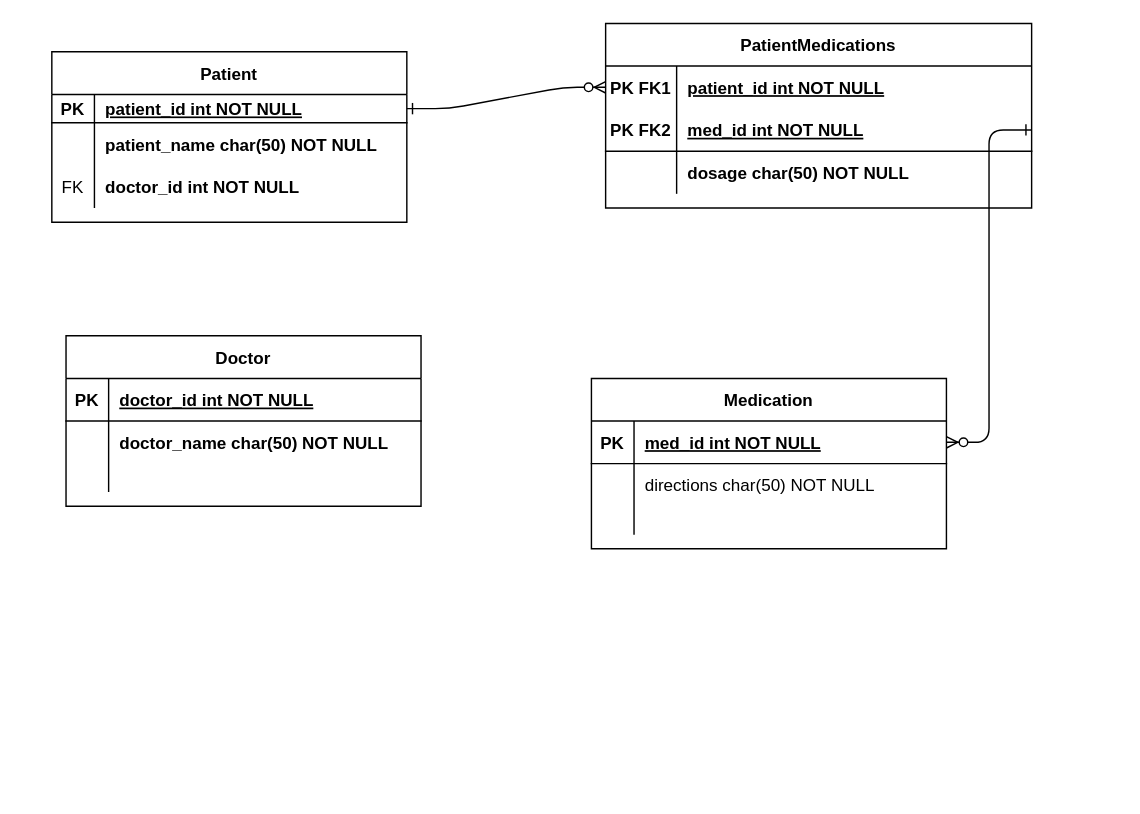
The draw.io diagram Untitled Diagram.drawio in colinschulte/colinschulte, before the edit. Source tidied: cells renumbered, new cells numbered last; positions are measured from the earlier drawing's top-left corner, leaving out a move shared by most shapes. Both pictures are drawn from the tidied source at 142%, with x=0, y=0 at pixel (51, 23).
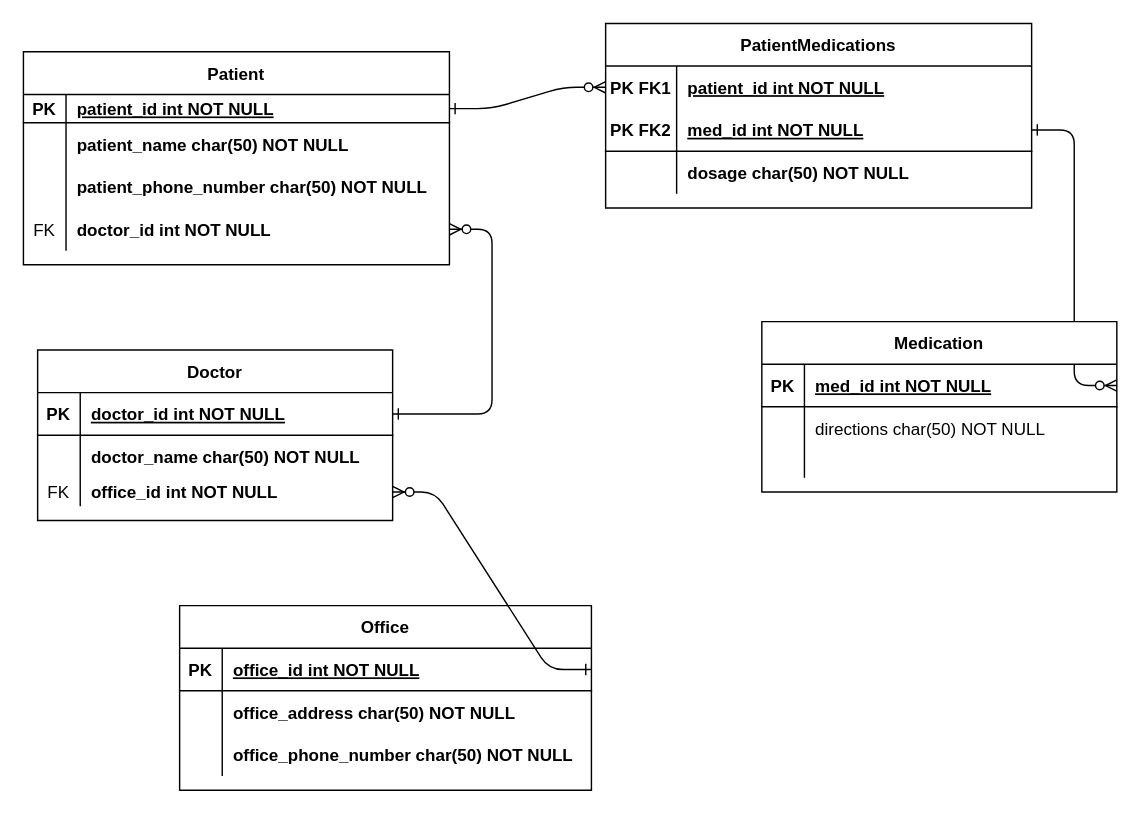
After the change.

The change refers to these unchanged cells:
```xml
<mxCell id="35" style="shape=partialRectangle;fillColor=none;points=[[0,0.5],[1,0.5]];portConstraint=eastwest;top=0;left=0;right=0;bottom=1;" parent="34" vertex="1">
  <mxGeometry y="30" width="250" height="30" as="geometry" />
</mxCell>
<mxCell id="41" style="shape=partialRectangle;fillColor=none;points=[[0,0.5],[1,0.5]];portConstraint=eastwest;top=0;left=0;right=0;bottom=0;" parent="34" vertex="1">
  <mxGeometry y="90" width="250" height="20" as="geometry" />
</mxCell>
```

What changed in the source:
```diff
@@
     <mxCell id="14" value="Medication" style="shape=table;startSize=30;childLayout=tableLayout;rowLines=0;fontStyle=1;align=center;" parent="1" vertex="1">
-      <mxGeometry x="380" y="250" width="250" height="120" as="geometry" />
+      <mxGeometry x="500" y="210" width="250" height="120" as="geometry" />
     </mxCell>
@@
     <mxCell id="24" value="Patient" style="shape=table;startSize=30;childLayout=tableLayout;rowLines=0;fontStyle=1;align=center;" parent="1" vertex="1">
-      <mxGeometry y="20" width="250" height="120" as="geometry" />
+      <mxGeometry x="-20" y="20" width="300" height="150" as="geometry" />
     </mxCell>
     <mxCell id="25" style="shape=partialRectangle;fillColor=none;points=[[0,0.5],[1,0.5]];portConstraint=eastwest;top=0;left=0;right=0;bottom=1;" parent="24" vertex="1">
-      <mxGeometry y="30" width="250" height="20" as="geometry" />
+      <mxGeometry y="30" width="300" height="20" as="geometry" />
     </mxCell>
@@
     <mxCell id="27" value="patient_id int NOT NULL " style="shape=partialRectangle;overflow=hidden;fillColor=none;top=0;left=0;bottom=0;right=0;align=left;spacingLeft=6;fontStyle=5;" parent="25" vertex="1">
-      <mxGeometry x="30" width="220" height="20" as="geometry" />
+      <mxGeometry x="30" width="270" height="20" as="geometry" />
     </mxCell>
     <mxCell id="28" style="shape=partialRectangle;fillColor=none;top=0;left=0;right=0;bottom=0;" parent="24" vertex="1">
-      <mxGeometry y="50" width="250" height="30" as="geometry" />
+      <mxGeometry y="50" width="300" height="30" as="geometry" />
     </mxCell>
@@
     <mxCell id="30" value="patient_name char(50) NOT NULL" style="shape=partialRectangle;overflow=hidden;fillColor=none;top=0;left=0;bottom=0;right=0;align=left;spacingLeft=6;fontStyle=1;" parent="28" vertex="1">
-      <mxGeometry x="30" width="220" height="30" as="geometry" />
+      <mxGeometry x="30" width="270" height="30" as="geometry" />
     </mxCell>
+    <mxCell id="44" style="shape=partialRectangle;fillColor=none;top=0;left=0;right=0;bottom=0;" parent="24" vertex="1">
+      <mxGeometry y="80" width="300" height="30" as="geometry" />
+    </mxCell>
+    <mxCell id="45" style="shape=partialRectangle;overflow=hidden;fillColor=none;top=0;left=0;bottom=0;right=0;" parent="44" vertex="1">
+      <mxGeometry width="30" height="30" as="geometry" />
+    </mxCell>
+    <mxCell id="46" value="patient_phone_number char(50) NOT NULL" style="shape=partialRectangle;overflow=hidden;fillColor=none;top=0;left=0;bottom=0;right=0;align=left;spacingLeft=6;fontStyle=1;" parent="44" vertex="1">
+      <mxGeometry x="30" width="270" height="30" as="geometry" />
+    </mxCell>
     <mxCell id="31" style="shape=partialRectangle;fillColor=none;points=[[0,0.5],[1,0.5]];portConstraint=eastwest;top=0;left=0;right=0;bottom=0;" parent="24" vertex="1">
-      <mxGeometry y="80" width="250" height="30" as="geometry" />
+      <mxGeometry y="110" width="300" height="30" as="geometry" />
     </mxCell>
@@
     <mxCell id="33" value="doctor_id int NOT NULL" style="shape=partialRectangle;overflow=hidden;fillColor=none;top=0;left=0;bottom=0;right=0;align=left;spacingLeft=6;fontStyle=1;" parent="31" vertex="1">
-      <mxGeometry x="30" width="220" height="30" as="geometry" />
+      <mxGeometry x="30" width="270" height="30" as="geometry" />
     </mxCell>
     <mxCell id="34" value="Doctor" style="shape=table;startSize=30;childLayout=tableLayout;rowLines=0;fontStyle=1;align=center;" parent="1" vertex="1">
-      <mxGeometry x="10" y="220" width="250" height="120" as="geometry" />
+      <mxGeometry x="-10" y="230" width="250" height="120" as="geometry" />
     </mxCell>
@@
-    <mxCell id="42" style="shape=partialRectangle;overflow=hidden;fillColor=none;top=0;left=0;bottom=0;right=0;" parent="41" vertex="1">
+    <mxCell id="42" value="FK" style="shape=partialRectangle;overflow=hidden;fillColor=none;top=0;left=0;bottom=0;right=0;" parent="41" vertex="1">
       <mxGeometry width="30" height="20" as="geometry" />
     </mxCell>
-    <mxCell id="43" style="shape=partialRectangle;overflow=hidden;fillColor=none;top=0;left=0;bottom=0;right=0;align=left;spacingLeft=6;" parent="41" vertex="1">
+    <mxCell id="43" value="office_id int NOT NULL" style="shape=partialRectangle;overflow=hidden;fillColor=none;top=0;left=0;bottom=0;right=0;align=left;spacingLeft=6;fontStyle=1;" parent="41" vertex="1">
       <mxGeometry x="30" width="220" height="20" as="geometry" />
     </mxCell>
+    <mxCell id="47" style="edgeStyle=entityRelationEdgeStyle;endArrow=ERzeroToMany;startArrow=ERone;endFill=1;startFill=0;exitX=1;exitY=0.5;exitDx=0;exitDy=0;" parent="1" edge="1" source="35" target="31">
+      <mxGeometry relative="1" as="geometry" />
+    </mxCell>
+    <mxCell id="48" value="Office" style="shape=table;startSize=30;childLayout=tableLayout;rowLines=0;fontStyle=1;align=center;" parent="1" vertex="1">
+      <mxGeometry x="90" y="410" width="290" height="130" as="geometry" />
+    </mxCell>
+    <mxCell id="49" style="shape=partialRectangle;fillColor=none;points=[[0,0.5],[1,0.5]];portConstraint=eastwest;top=0;left=0;right=0;bottom=1;" parent="48" vertex="1">
+      <mxGeometry y="30" width="290" height="30" as="geometry" />
+    </mxCell>
+    <mxCell id="50" value="PK" style="shape=partialRectangle;overflow=hidden;fillColor=none;top=0;left=0;bottom=0;right=0;fontStyle=1;" parent="49" vertex="1">
+      <mxGeometry width="30" height="30" as="geometry" />
+    </mxCell>
+    <mxCell id="51" value="office_id int NOT NULL " style="shape=partialRectangle;overflow=hidden;fillColor=none;top=0;left=0;bottom=0;right=0;align=left;spacingLeft=6;fontStyle=5;" parent="49" vertex="1">
+      <mxGeometry x="30" width="260" height="30" as="geometry" />
+    </mxCell>
+    <mxCell id="52" style="shape=partialRectangle;fillColor=none;top=0;left=0;right=0;bottom=0;" parent="48" vertex="1">
+      <mxGeometry y="60" width="290" height="30" as="geometry" />
+    </mxCell>
+    <mxCell id="53" style="shape=partialRectangle;overflow=hidden;fillColor=none;top=0;left=0;bottom=0;right=0;" parent="52" vertex="1">
+      <mxGeometry width="30" height="30" as="geometry" />
+    </mxCell>
+    <mxCell id="54" value="office_address char(50) NOT NULL" style="shape=partialRectangle;overflow=hidden;fillColor=none;top=0;left=0;bottom=0;right=0;align=left;spacingLeft=6;fontStyle=1;" parent="52" vertex="1">
+      <mxGeometry x="30" width="260" height="30" as="geometry" />
+    </mxCell>
+    <mxCell id="55" style="shape=partialRectangle;fillColor=none;top=0;left=0;right=0;bottom=0;" parent="48" vertex="1">
+      <mxGeometry y="90" width="290" height="30" as="geometry" />
+    </mxCell>
+    <mxCell id="56" style="shape=partialRectangle;overflow=hidden;fillColor=none;top=0;left=0;bottom=0;right=0;" parent="55" vertex="1">
+      <mxGeometry width="30" height="30" as="geometry" />
+    </mxCell>
+    <mxCell id="57" value="office_phone_number char(50) NOT NULL" style="shape=partialRectangle;overflow=hidden;fillColor=none;top=0;left=0;bottom=0;right=0;align=left;spacingLeft=6;fontStyle=1;" parent="55" vertex="1">
+      <mxGeometry x="30" width="260" height="30" as="geometry" />
+    </mxCell>
+    <mxCell id="58" style="edgeStyle=entityRelationEdgeStyle;endArrow=ERzeroToMany;startArrow=ERone;endFill=1;startFill=0;exitX=1;exitY=0.5;exitDx=0;exitDy=0;entryX=1;entryY=0.5;entryDx=0;entryDy=0;" parent="1" edge="1" source="49" target="41">
+      <mxGeometry relative="1" as="geometry" />
+    </mxCell>
```
